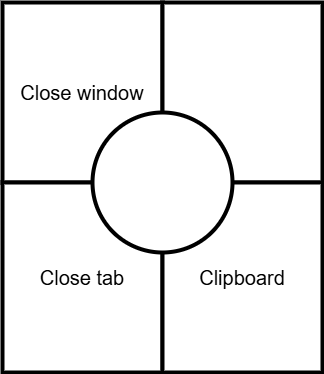
The draw.io diagram img/slimblade_Right_upper.dio.png in saitoperf/autohotkey, before a commit. Source tidied: cells renumbered, new cells last; positions are measured from the earlier drawing's top-left corner, leaving out a move shared by most shapes. Source of this version:
```xml
<mxGraphModel>
  <root>
    <mxCell id="0" />
    <mxCell id="1" parent="0" />
    <mxCell id="2" value="Close window" style="rounded=0;whiteSpace=wrap;fillColor=light-dark(#FFFFFF,#CC0000);strokeWidth=4;fontSize=20;html=1;" parent="1" vertex="1">
      <mxGeometry width="160" height="180" as="geometry" />
    </mxCell>
    <mxCell id="3" value="Close tab" style="rounded=0;whiteSpace=wrap;fillColor=light-dark(#FFFFFF,#CC0000);strokeWidth=4;fontSize=20;html=1;" parent="1" vertex="1">
      <mxGeometry y="180" width="160" height="190" as="geometry" />
    </mxCell>
    <mxCell id="4" style="rounded=0;whiteSpace=wrap;fillColor=light-dark(#FFFFFF,#0000FF);strokeWidth=4;fontSize=20;html=1;" parent="1" vertex="1">
      <mxGeometry x="160" width="160" height="180" as="geometry" />
    </mxCell>
    <mxCell id="5" value="Clipboard" style="rounded=0;whiteSpace=wrap;fillColor=light-dark(#FFFFFF,#CC0000);strokeWidth=4;fontSize=20;html=1;" parent="1" vertex="1">
      <mxGeometry x="160" y="180" width="160" height="190" as="geometry" />
    </mxCell>
    <mxCell id="6" style="ellipse;whiteSpace=wrap;html=1;strokeWidth=4;" parent="1" vertex="1">
      <mxGeometry x="90" y="110" width="140" height="140" as="geometry" />
    </mxCell>
  </root>
</mxGraphModel>
```
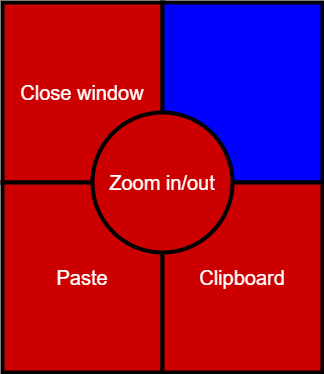
Later version of the same file.

The edit, as a diff of the source:
```diff
@@ -2,20 +2,20 @@
   <root>
     <mxCell id="0" />
     <mxCell id="1" parent="0" />
-    <mxCell id="2" value="Close window" style="rounded=0;whiteSpace=wrap;fillColor=light-dark(#FFFFFF,#CC0000);strokeWidth=4;fontSize=20;html=1;" parent="1" vertex="1">
+    <mxCell id="2" value="Close window" style="rounded=0;whiteSpace=wrap;fillColor=light-dark(#CC0000,#CC0000);strokeWidth=4;fontSize=20;html=1;fontColor=#FFFFFF;" parent="1" vertex="1">
       <mxGeometry width="160" height="180" as="geometry" />
     </mxCell>
-    <mxCell id="3" value="Close tab" style="rounded=0;whiteSpace=wrap;fillColor=light-dark(#FFFFFF,#CC0000);strokeWidth=4;fontSize=20;html=1;" parent="1" vertex="1">
+    <mxCell id="3" value="Paste" style="rounded=0;whiteSpace=wrap;fillColor=light-dark(#CC0000,#CC0000);strokeWidth=4;fontSize=20;html=1;fontColor=#FFFFFF;" parent="1" vertex="1">
       <mxGeometry y="180" width="160" height="190" as="geometry" />
     </mxCell>
-    <mxCell id="4" style="rounded=0;whiteSpace=wrap;fillColor=light-dark(#FFFFFF,#0000FF);strokeWidth=4;fontSize=20;html=1;" parent="1" vertex="1">
+    <mxCell id="4" style="rounded=0;whiteSpace=wrap;fillColor=light-dark(#0000FF,#0000FF);strokeWidth=4;fontSize=20;html=1;" parent="1" vertex="1">
       <mxGeometry x="160" width="160" height="180" as="geometry" />
     </mxCell>
-    <mxCell id="5" value="Clipboard" style="rounded=0;whiteSpace=wrap;fillColor=light-dark(#FFFFFF,#CC0000);strokeWidth=4;fontSize=20;html=1;" parent="1" vertex="1">
+    <mxCell id="5" value="Clipboard" style="rounded=0;whiteSpace=wrap;fillColor=light-dark(#CC0000,#CC0000);strokeWidth=4;fontSize=20;html=1;fontColor=#FFFFFF;" parent="1" vertex="1">
       <mxGeometry x="160" y="180" width="160" height="190" as="geometry" />
     </mxCell>
-    <mxCell id="6" style="ellipse;whiteSpace=wrap;html=1;strokeWidth=4;" parent="1" vertex="1">
-      <mxGeometry x="90" y="110" width="140" height="140" as="geometry" />
-    </mxCell>
+    <mxCell id="7" value="Zoom in/out" style="ellipse;whiteSpace=wrap;html=1;strokeWidth=4;fontSize=20;fillColor=light-dark(#CC0000,#CC0000);fontColor=#FFFFFF;" parent="1" vertex="1">
+      <mxGeometry x="90" y="110" width="140" height="140" as="geometry" />
+    </mxCell>
   </root>
 </mxGraphModel>
```
